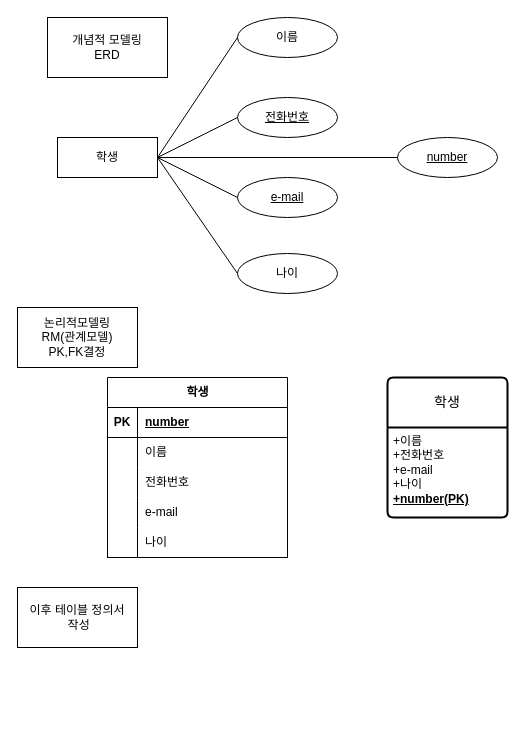
clavis13/clavis keeps this draw.io diagram as mysql.drawio. Above is the earlier version. Source tidied: cells renumbered, new cells numbered last; positions are measured from the earlier drawing's top-left corner, leaving out a move shared by most shapes. Both pictures are drawn from the tidied source at 100%, with x=0, y=0 at pixel (17, 17).
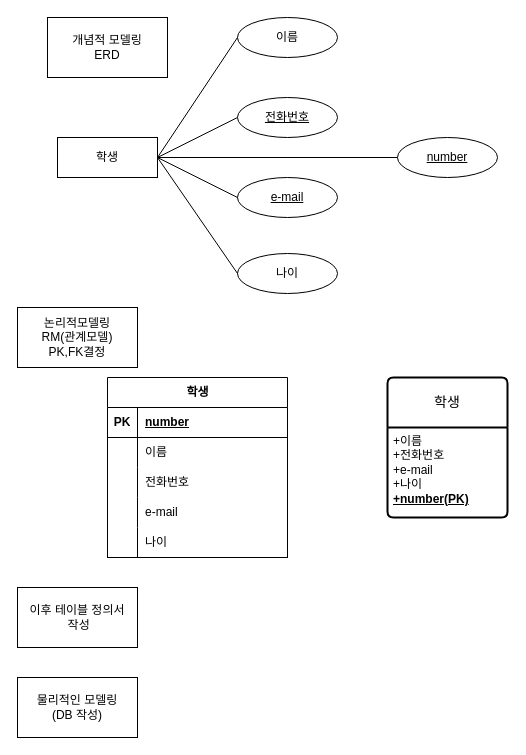
The same page after the edit.

What changed in the source:
```diff
@@
+    <mxCell id="34" value="물리적인 모델링&lt;br&gt;(DB 작성)" style="rounded=0;whiteSpace=wrap;html=1;" parent="1" vertex="1">
+      <mxGeometry y="660" width="120" height="60" as="geometry" />
+    </mxCell>
```
